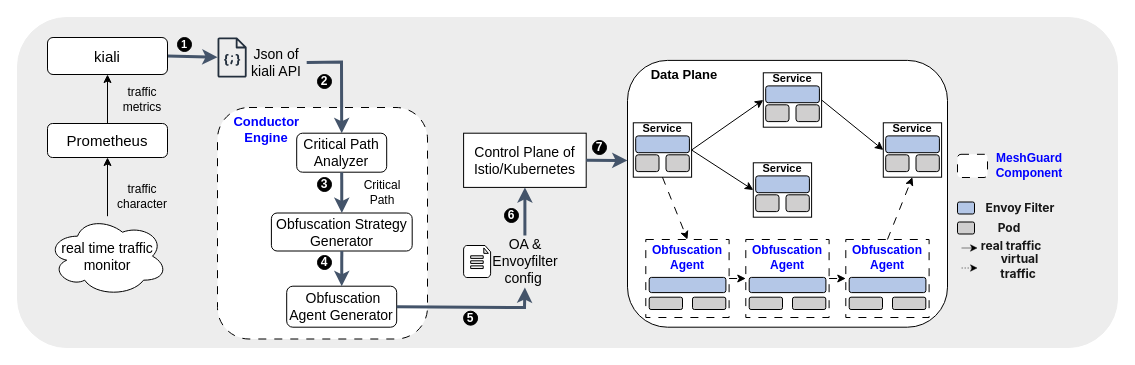
The draw.io diagram meshguard_workflow.drawio in skwwwwww/draw, before the edit. Source tidied: cells renumbered, new cells numbered last; positions are measured from the earlier drawing's top-left corner, leaving out a move shared by most shapes. Both pictures are drawn from the tidied source at 100%, with x=0, y=0 at pixel (17, 17).
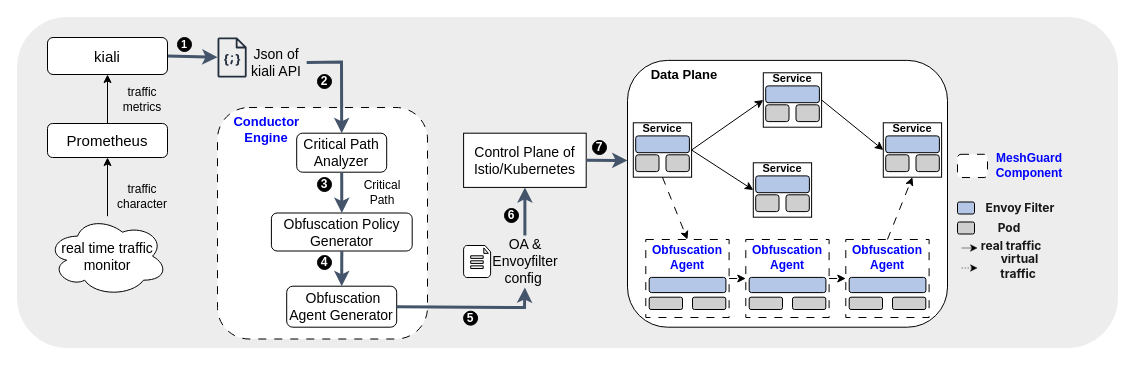
The same diagram, later.

What changed in the source:
```diff
@@
-    <mxCell id="17" value="&lt;font style=&quot;font-size: 14px;&quot;&gt;&lt;span style=&quot;text-align: left;&quot;&gt;Obfuscation&amp;nbsp;&lt;/span&gt;&lt;span style=&quot;text-align: left;&quot;&gt;S&lt;/span&gt;trategy&lt;/font&gt;&lt;div&gt;&lt;font style=&quot;font-size: 14px;&quot;&gt;Generator&lt;/font&gt;&lt;/div&gt;" style="rounded=1;whiteSpace=wrap;html=1;" parent="1" vertex="1">
+    <mxCell id="17" value="&lt;font style=&quot;font-size: 14px;&quot;&gt;&lt;span style=&quot;text-align: left;&quot;&gt;Obfuscation Policy&lt;/span&gt;&lt;/font&gt;&lt;div&gt;&lt;font style=&quot;font-size: 14px;&quot;&gt;Generator&lt;/font&gt;&lt;/div&gt;" style="rounded=1;whiteSpace=wrap;html=1;" parent="1" vertex="1">
       <mxGeometry x="253.9" y="195.5" width="140.8" height="38" as="geometry" />
     </mxCell>
```
